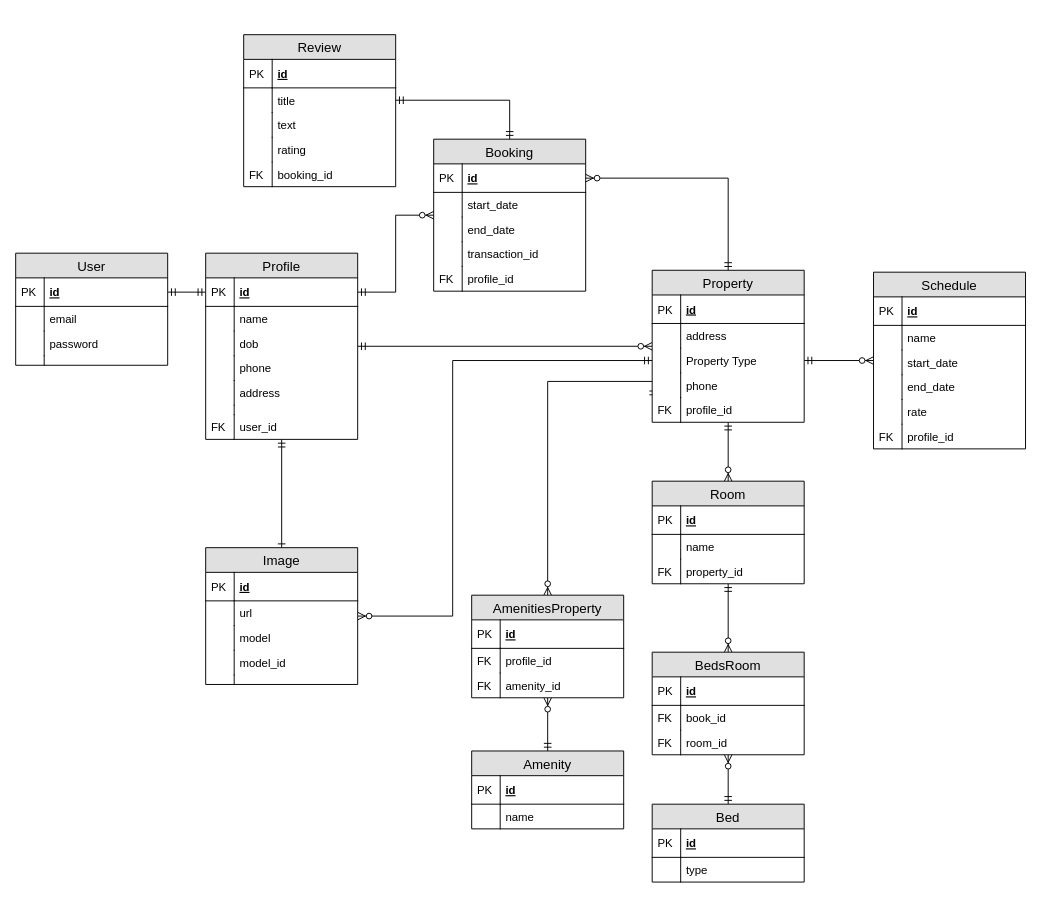
Above: air-bnb-erd.drawio in hirengondhiya/HirenGondhiya_T2A1 (draw.io), before the change. Source tidied: cells renumbered, new cells numbered last; positions are measured from the earlier drawing's top-left corner, leaving out a move shared by most shapes. Both pictures are drawn from the tidied source at 95%, with x=0, y=0 at pixel (15, 34).
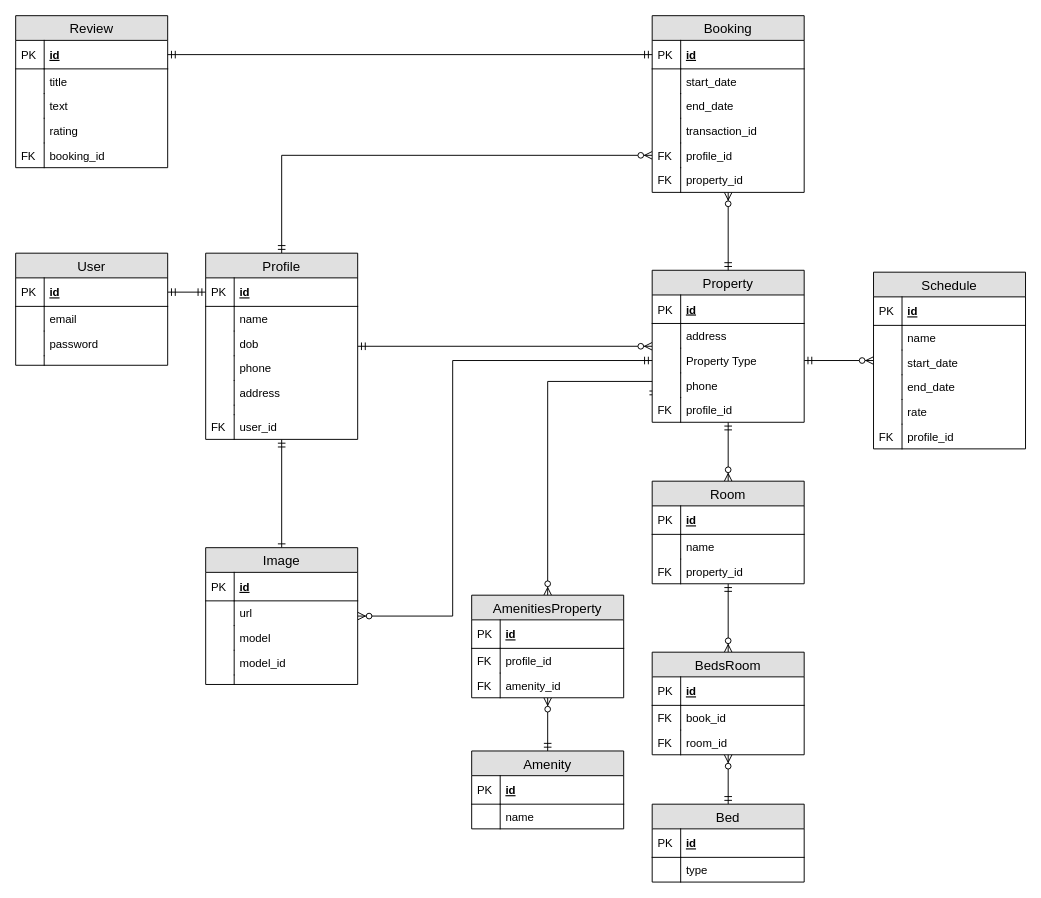
The same diagram, later.

Commit message:
re arranged the diagram

Unchanged cells that the change refers to:
```xml
<mxCell id="14" value="Profile" style="swimlane;fontStyle=0;horizontal=1;startSize=26;fillColor=#e0e0e0;swimlaneFillColor=#ffffff;align=center;fontSize=14;" parent="1" vertex="1">
  <mxGeometry x="200" y="230" width="160" height="196" as="geometry" />
</mxCell>
<mxCell id="15" value="id" style="shape=partialRectangle;top=0;left=0;right=0;bottom=1;align=left;verticalAlign=middle;fillColor=none;spacingLeft=34;spacingRight=4;overflow=hidden;points=[[0,0.5],[1,0.5]];portConstraint=eastwest;fontStyle=5;fontSize=12;" parent="14" vertex="1">
  <mxGeometry y="26" width="160" height="30" as="geometry" />
</mxCell>
<mxCell id="58" value="Property" style="swimlane;fontStyle=0;horizontal=1;startSize=26;fillColor=#e0e0e0;swimlaneFillColor=#ffffff;align=center;fontSize=14;" parent="1" vertex="1">
  <mxGeometry x="670" y="248" width="160" height="160" as="geometry" />
</mxCell>
<mxCell id="78" value="id" style="shape=partialRectangle;top=0;left=0;right=0;bottom=1;align=left;verticalAlign=middle;fillColor=none;spacingLeft=34;spacingRight=4;overflow=hidden;points=[[0,0.5],[1,0.5]];portConstraint=eastwest;fontStyle=5;fontSize=12;" parent="77" vertex="1">
  <mxGeometry y="26" width="160" height="30" as="geometry" />
</mxCell>
<mxCell id="86" value="profile_id" style="shape=partialRectangle;top=0;left=0;right=0;bottom=0;align=left;verticalAlign=top;fillColor=none;spacingLeft=34;spacingRight=4;overflow=hidden;points=[[0,0.5],[1,0.5]];portConstraint=eastwest;fontSize=12;" parent="77" vertex="1">
  <mxGeometry y="134" width="160" height="26" as="geometry" />
</mxCell>
<mxCell id="90" value="id" style="shape=partialRectangle;top=0;left=0;right=0;bottom=1;align=left;verticalAlign=middle;fillColor=none;spacingLeft=34;spacingRight=4;overflow=hidden;points=[[0,0.5],[1,0.5]];portConstraint=eastwest;fontStyle=5;fontSize=12;" parent="89" vertex="1">
  <mxGeometry y="26" width="160" height="30" as="geometry" />
</mxCell>
<mxCell id="92" value="title" style="shape=partialRectangle;top=0;left=0;right=0;bottom=0;align=left;verticalAlign=top;fillColor=none;spacingLeft=34;spacingRight=4;overflow=hidden;points=[[0,0.5],[1,0.5]];portConstraint=eastwest;fontSize=12;" parent="89" vertex="1">
  <mxGeometry y="56" width="160" height="26" as="geometry" />
</mxCell>
```

The edit, as a diff of the source:
```diff
@@
+    <mxCell id="127" style="edgeStyle=orthogonalEdgeStyle;rounded=0;jettySize=auto;html=1;entryX=0;entryY=0.5;entryDx=0;entryDy=0;startArrow=ERmandOne;startFill=0;endArrow=ERzeroToMany;endFill=1;" parent="1" edge="1" source="14" target="86">
+      <mxGeometry relative="1" as="geometry" />
+    </mxCell>
@@
+    <mxCell id="128" style="edgeStyle=orthogonalEdgeStyle;rounded=0;jettySize=auto;html=1;entryX=0.5;entryY=0;entryDx=0;entryDy=0;startArrow=ERzeroToMany;startFill=1;endArrow=ERmandOne;endFill=0;" parent="1" edge="1" source="77" target="58">
+      <mxGeometry relative="1" as="geometry" />
+    </mxCell>
     <mxCell id="77" value="Booking" style="swimlane;fontStyle=0;horizontal=1;startSize=26;fillColor=#e0e0e0;swimlaneFillColor=#ffffff;align=center;fontSize=14;" parent="1" vertex="1">
-      <mxGeometry x="440" y="110" width="160" height="160" as="geometry" />
+      <mxGeometry x="670" y="-20" width="160" height="186" as="geometry" />
     </mxCell>
@@
-    <mxCell id="88" style="edgeStyle=orthogonalEdgeStyle;rounded=0;jettySize=auto;html=1;entryX=0.5;entryY=0;entryDx=0;entryDy=0;startArrow=ERzeroToMany;startFill=1;endArrow=ERmandOne;endFill=0;" parent="1" edge="1" source="78" target="58">
-      <mxGeometry relative="1" as="geometry" />
-    </mxCell>
+    <mxCell id="129" value="property_id" style="shape=partialRectangle;top=0;left=0;right=0;bottom=0;align=left;verticalAlign=top;fillColor=none;spacingLeft=34;spacingRight=4;overflow=hidden;fontSize=12;" parent="77" vertex="1">
+      <mxGeometry y="160" width="160" height="26" as="geometry" />
+    </mxCell>
+    <mxCell id="130" value="FK" style="shape=partialRectangle;top=0;left=0;bottom=0;fillColor=none;align=left;verticalAlign=top;spacingLeft=4;spacingRight=4;overflow=hidden;fontSize=12;" parent="129" vertex="1">
+      <mxGeometry width="30" height="26" as="geometry" />
+    </mxCell>
     <mxCell id="89" value="Review" style="swimlane;fontStyle=0;horizontal=1;startSize=26;fillColor=#e0e0e0;swimlaneFillColor=#ffffff;align=center;fontSize=14;" parent="1" vertex="1">
-      <mxGeometry x="240" width="160" height="160" as="geometry" />
+      <mxGeometry y="-20" width="160" height="160" as="geometry" />
     </mxCell>
@@
-    <mxCell id="100" style="edgeStyle=orthogonalEdgeStyle;rounded=0;jettySize=auto;html=1;entryX=0.5;entryY=0;entryDx=0;entryDy=0;startArrow=ERmandOne;startFill=0;endArrow=ERmandOne;endFill=0;" parent="1" edge="1" source="92" target="77">
-      <mxGeometry relative="1" as="geometry" />
-    </mxCell>
@@
-    <mxCell id="126" style="edgeStyle=orthogonalEdgeStyle;rounded=0;jettySize=auto;html=1;startArrow=ERmandOne;startFill=0;endArrow=ERzeroToMany;endFill=1;" parent="1" edge="1" source="15" target="77">
-      <mxGeometry relative="1" as="geometry" />
-    </mxCell>
+    <mxCell id="131" style="edgeStyle=orthogonalEdgeStyle;rounded=0;jettySize=auto;html=1;entryX=0;entryY=0.5;entryDx=0;entryDy=0;startArrow=ERmandOne;startFill=0;endArrow=ERmandOne;endFill=0;" parent="1" edge="1" source="90" target="78">
+      <mxGeometry relative="1" as="geometry" />
+    </mxCell>
```
